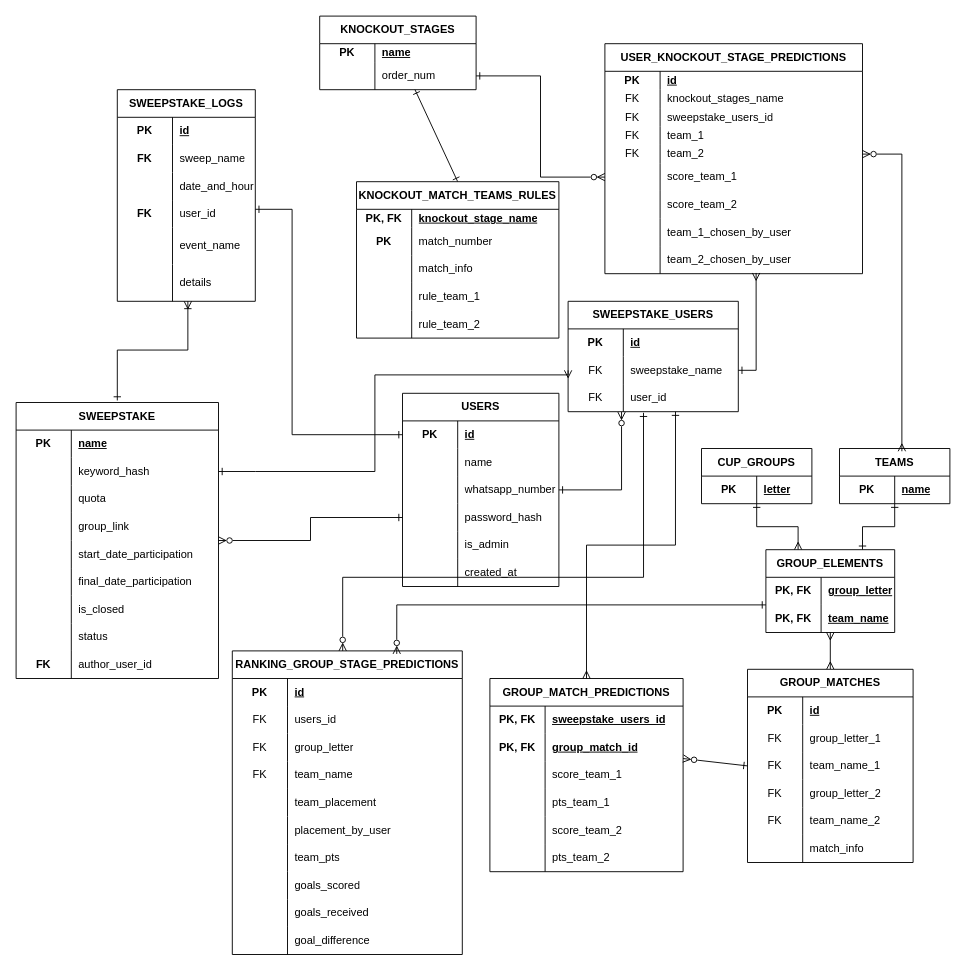
PedroKBarros/Bolao-do-Joca-2026 keeps this draw.io diagram as docs/Database - Diagrama ER.drawio. Above is the earlier version. Source tidied: cells renumbered, new cells numbered last; positions are measured from the earlier drawing's top-left corner, leaving out a move shared by most shapes. Both pictures are drawn from the tidied source at 92%, with x=0, y=0 at pixel (16, 16).
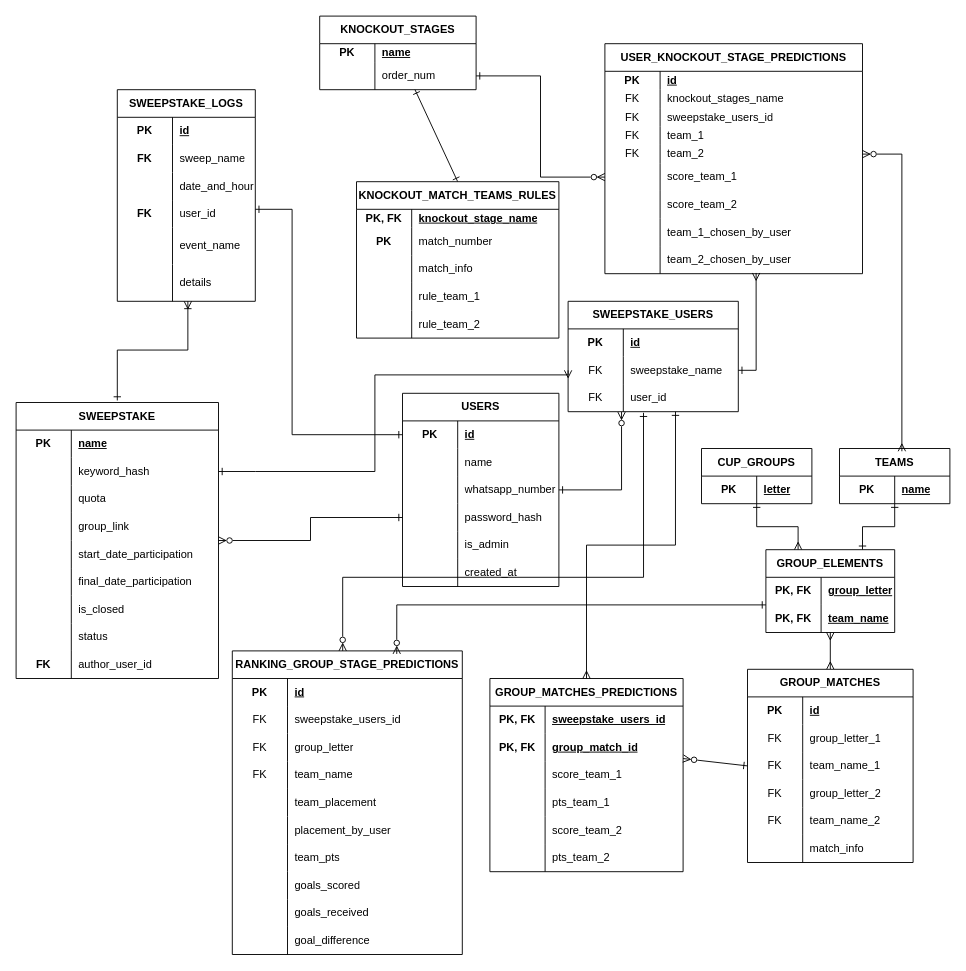
The same diagram, later.

Unchanged cells that the change refers to:
```xml
<mxCell id="84" style="shape=tableRow;horizontal=0;startSize=0;swimlaneHead=0;swimlaneBody=0;fillColor=none;top=0;left=0;right=0;bottom=0;html=1;rounded=0;" parent="80" vertex="1">
  <mxGeometry y="60" width="250" height="30" as="geometry" />
</mxCell>
```

Diff of the diagram source:
```diff
@@
-    <mxCell id="39" value="GROUP_MATCH_PREDICTIONS" style="shape=table;startSize=30;childLayout=tableLayout;rowLines=0;fontStyle=1;align=center;html=1;whiteSpace=wrap;rounded=0;" parent="1" vertex="1">
+    <mxCell id="39" value="GROUP_MATCHES_PREDICTIONS" style="shape=table;startSize=30;childLayout=tableLayout;rowLines=0;fontStyle=1;align=center;html=1;whiteSpace=wrap;rounded=0;" parent="1" vertex="1">
       <mxGeometry x="515" y="720" width="210" height="210" as="geometry" />
     </mxCell>
@@
-    <mxCell id="86" value="&lt;span style=&quot;color: rgb(0, 0, 0);&quot;&gt;users_id&lt;/span&gt;" style="shape=partialRectangle;fillColor=none;top=0;left=0;bottom=0;right=0;align=left;spacingLeft=6;fontStyle=0;overflow=hidden;html=1;whiteSpace=wrap;rounded=0;" parent="84" vertex="1">
+    <mxCell id="86" value="&lt;span style=&quot;color: rgb(0, 0, 0);&quot;&gt;sweepstake_users_id&lt;/span&gt;" style="shape=partialRectangle;fillColor=none;top=0;left=0;bottom=0;right=0;align=left;spacingLeft=6;fontStyle=0;overflow=hidden;html=1;whiteSpace=wrap;rounded=0;" parent="84" vertex="1">
       <mxGeometry x="60" width="190" height="30" as="geometry" />
     </mxCell>
```
